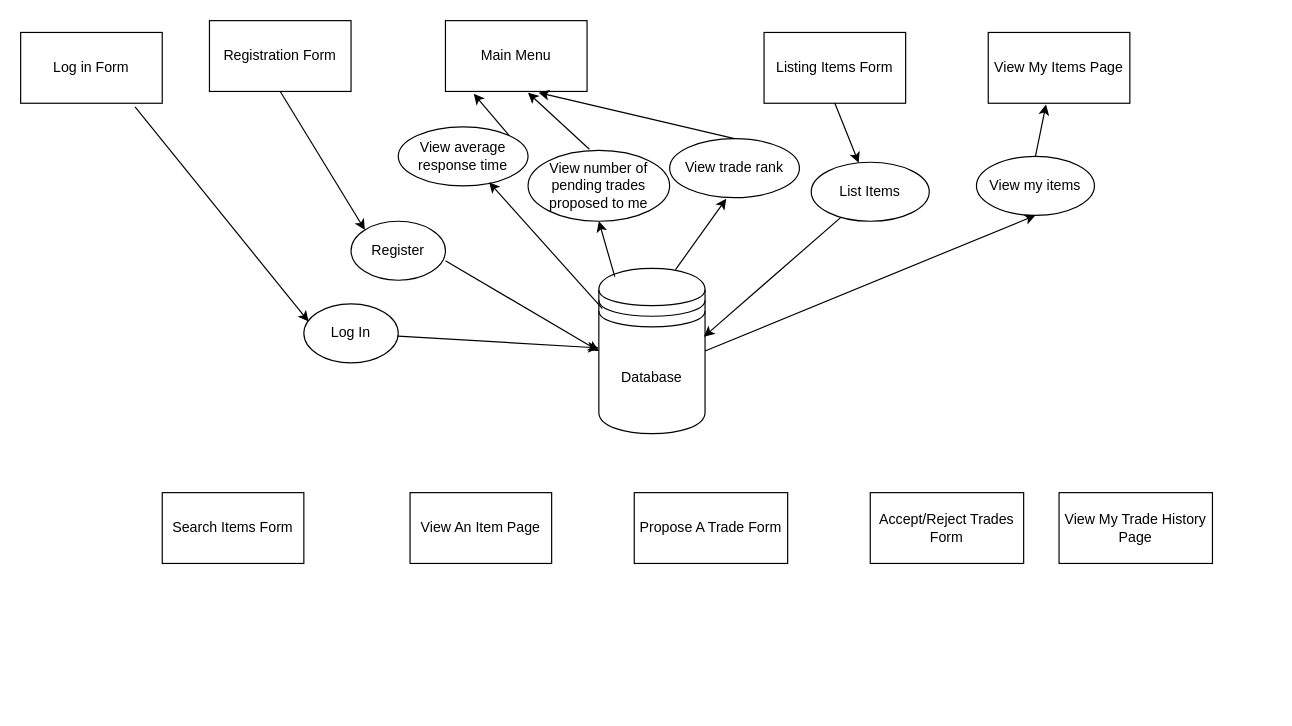
joshliuzh/cs6400 keeps this draw.io diagram as Untitled Diagram.drawio. Above is the earlier version. Source tidied: cells renumbered, new cells numbered last; positions are measured from the earlier drawing's top-left corner, leaving out a move shared by most shapes. Both pictures are drawn from the tidied source at 118%, with x=0, y=0 at pixel (20, 20).
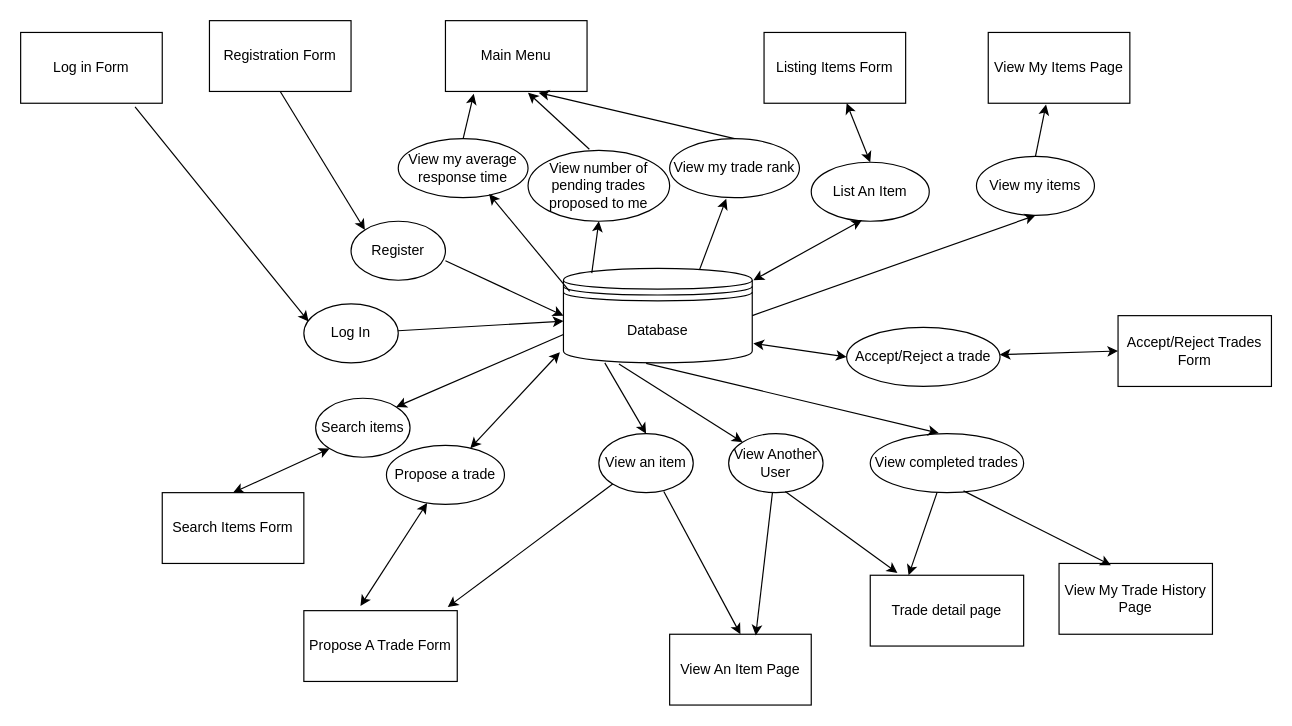
The same diagram, later.

Unchanged cells that the change refers to:
```xml
<mxCell id="5" value="Main Menu" style="rounded=0;whiteSpace=wrap;html=1;" parent="1" vertex="1">
  <mxGeometry x="360" width="120" height="60" as="geometry" />
</mxCell>
<mxCell id="6" value="Listing Items Form" style="rounded=0;whiteSpace=wrap;html=1;" parent="1" vertex="1">
  <mxGeometry x="630" y="10" width="120" height="60" as="geometry" />
</mxCell>
<mxCell id="8" value="Search Items Form" style="rounded=0;whiteSpace=wrap;html=1;" parent="1" vertex="1">
  <mxGeometry x="120" y="400" width="120" height="60" as="geometry" />
</mxCell>
```

Change to the diagram source:
```diff
@@
     <mxCell id="2" value="Database" style="shape=datastore;whiteSpace=wrap;html=1;" parent="1" vertex="1">
-      <mxGeometry x="490" y="210" width="90" height="140" as="geometry" />
+      <mxGeometry x="460" y="210" width="160" height="80" as="geometry" />
     </mxCell>
@@
     <mxCell id="9" value="View An Item Page" style="rounded=0;whiteSpace=wrap;html=1;" parent="1" vertex="1">
-      <mxGeometry x="330" y="400" width="120" height="60" as="geometry" />
+      <mxGeometry x="550" y="520" width="120" height="60" as="geometry" />
     </mxCell>
     <mxCell id="10" value="Propose A Trade Form" style="rounded=0;whiteSpace=wrap;html=1;" parent="1" vertex="1">
-      <mxGeometry x="520" y="400" width="130" height="60" as="geometry" />
+      <mxGeometry x="240" y="500" width="130" height="60" as="geometry" />
     </mxCell>
     <mxCell id="11" value="Accept/Reject Trades Form" style="rounded=0;whiteSpace=wrap;html=1;" parent="1" vertex="1">
-      <mxGeometry x="720" y="400" width="130" height="60" as="geometry" />
+      <mxGeometry x="930" y="250" width="130" height="60" as="geometry" />
     </mxCell>
     <mxCell id="12" value="View My Trade History Page" style="rounded=0;whiteSpace=wrap;html=1;" parent="1" vertex="1">
-      <mxGeometry x="880" y="400" width="130" height="60" as="geometry" />
+      <mxGeometry x="880" y="460" width="130" height="60" as="geometry" />
     </mxCell>
-    <mxCell id="13" value="List Items" style="ellipse;whiteSpace=wrap;html=1;" parent="1" vertex="1">
+    <mxCell id="13" value="List An Item" style="ellipse;whiteSpace=wrap;html=1;" parent="1" vertex="1">
       <mxGeometry x="670" y="120" width="100" height="50" as="geometry" />
     </mxCell>
@@
-    <mxCell id="16" value="View average response time" style="ellipse;whiteSpace=wrap;html=1;" parent="1" vertex="1">
-      <mxGeometry x="320" y="90" width="110" height="50" as="geometry" />
+    <mxCell id="16" value="View my average response time" style="ellipse;whiteSpace=wrap;html=1;" parent="1" vertex="1">
+      <mxGeometry x="320" y="100" width="110" height="50" as="geometry" />
     </mxCell>
@@
-    <mxCell id="18" value="View trade rank" style="ellipse;whiteSpace=wrap;html=1;" parent="1" vertex="1">
+    <mxCell id="18" value="View my trade rank" style="ellipse;whiteSpace=wrap;html=1;" parent="1" vertex="1">
       <mxGeometry x="550" y="100" width="110" height="50" as="geometry" />
     </mxCell>
@@
-    <mxCell id="28" style="endArrow=classic;html=1;rounded=0;exitX=1;exitY=0;exitDx=0;exitDy=0;entryX=0.2;entryY=1.033;entryDx=0;entryDy=0;entryPerimeter=0;" parent="1" edge="1" source="16" target="5">
+    <mxCell id="28" style="endArrow=classic;html=1;rounded=0;exitX=0.5;exitY=0;exitDx=0;exitDy=0;entryX=0.2;entryY=1.033;entryDx=0;entryDy=0;entryPerimeter=0;" parent="1" edge="1" source="16" target="5">
       <mxGeometry relative="1" as="geometry" />
     </mxCell>
-    <mxCell id="29" style="endArrow=classic;html=1;rounded=0;exitX=0.5;exitY=1;exitDx=0;exitDy=0;" parent="1" edge="1" source="6" target="13">
-      <mxGeometry relative="1" as="geometry" />
-    </mxCell>
-    <mxCell id="30" style="endArrow=classic;html=1;rounded=0;entryX=0.989;entryY=0.414;entryDx=0;entryDy=0;entryPerimeter=0;" parent="1" edge="1" source="13" target="2">
-      <mxGeometry relative="1" as="geometry" />
-    </mxCell>
@@
+    <mxCell id="34" value="Search items" style="ellipse;whiteSpace=wrap;html=1;" parent="1" vertex="1">
+      <mxGeometry x="250" y="320" width="80" height="50" as="geometry" />
+    </mxCell>
+    <mxCell id="35" style="endArrow=classic;startArrow=classic;html=1;rounded=0;entryX=0;entryY=1;entryDx=0;entryDy=0;exitX=0.5;exitY=0;exitDx=0;exitDy=0;" parent="1" edge="1" source="8" target="34">
+      <mxGeometry relative="1" as="geometry" />
+    </mxCell>
+    <mxCell id="36" style="endArrow=classic;html=1;rounded=0;entryX=1;entryY=0;entryDx=0;entryDy=0;exitX=0;exitY=0.7;exitDx=0;exitDy=0;" parent="1" edge="1" source="2" target="34">
+      <mxGeometry relative="1" as="geometry" />
+    </mxCell>
+    <mxCell id="37" style="endArrow=classic;startArrow=classic;html=1;rounded=0;exitX=0.5;exitY=0;exitDx=0;exitDy=0;" parent="1" edge="1" source="13">
+      <mxGeometry relative="1" as="geometry">
+        <mxPoint x="700" y="70" as="targetPoint" />
+      </mxGeometry>
+    </mxCell>
+    <mxCell id="38" style="endArrow=classic;startArrow=classic;html=1;rounded=0;exitX=1.006;exitY=0.125;exitDx=0;exitDy=0;entryX=0.43;entryY=0.98;entryDx=0;entryDy=0;entryPerimeter=0;exitPerimeter=0;" parent="1" edge="1" source="2" target="13">
+      <mxGeometry relative="1" as="geometry" />
+    </mxCell>
+    <mxCell id="39" value="View an item" style="ellipse;whiteSpace=wrap;html=1;" parent="1" vertex="1">
+      <mxGeometry x="490" y="350" width="80" height="50" as="geometry" />
+    </mxCell>
+    <mxCell id="40" style="endArrow=classic;html=1;rounded=0;entryX=0.5;entryY=0;entryDx=0;entryDy=0;exitX=0.219;exitY=1;exitDx=0;exitDy=0;exitPerimeter=0;" parent="1" edge="1" source="2" target="39">
+      <mxGeometry relative="1" as="geometry" />
+    </mxCell>
+    <mxCell id="41" style="endArrow=classic;html=1;rounded=0;entryX=0.5;entryY=0;entryDx=0;entryDy=0;exitX=0.688;exitY=0.98;exitDx=0;exitDy=0;exitPerimeter=0;" parent="1" edge="1" source="39" target="9">
+      <mxGeometry relative="1" as="geometry" />
+    </mxCell>
+    <mxCell id="42" style="endArrow=classic;startArrow=classic;html=1;rounded=0;entryX=-0.019;entryY=0.888;entryDx=0;entryDy=0;entryPerimeter=0;" parent="1" edge="1" source="43" target="2">
+      <mxGeometry relative="1" as="geometry" />
+    </mxCell>
+    <mxCell id="43" value="Propose a trade" style="ellipse;whiteSpace=wrap;html=1;" parent="1" vertex="1">
+      <mxGeometry x="310" y="360" width="100" height="50" as="geometry" />
+    </mxCell>
+    <mxCell id="44" style="endArrow=classic;startArrow=classic;html=1;rounded=0;entryX=0.369;entryY=-0.067;entryDx=0;entryDy=0;entryPerimeter=0;" parent="1" edge="1" source="43" target="10">
+      <mxGeometry relative="1" as="geometry" />
+    </mxCell>
+    <mxCell id="45" value="Accept/Reject a trade" style="ellipse;whiteSpace=wrap;html=1;" parent="1" vertex="1">
+      <mxGeometry x="700" y="260" width="130" height="50" as="geometry" />
+    </mxCell>
+    <mxCell id="46" style="endArrow=classic;startArrow=classic;html=1;rounded=0;exitX=0;exitY=0.5;exitDx=0;exitDy=0;" parent="1" edge="1" source="11" target="45">
+      <mxGeometry relative="1" as="geometry" />
+    </mxCell>
+    <mxCell id="47" value="View completed trades" style="ellipse;whiteSpace=wrap;html=1;" parent="1" vertex="1">
+      <mxGeometry x="720" y="350" width="130" height="50" as="geometry" />
+    </mxCell>
+    <mxCell id="48" style="endArrow=classic;startArrow=classic;html=1;rounded=0;entryX=1.006;entryY=0.794;entryDx=0;entryDy=0;exitX=0;exitY=0.5;exitDx=0;exitDy=0;entryPerimeter=0;" parent="1" edge="1" source="45" target="2">
+      <mxGeometry relative="1" as="geometry" />
+    </mxCell>
+    <mxCell id="49" value="Trade detail page" style="rounded=0;whiteSpace=wrap;html=1;" parent="1" vertex="1">
+      <mxGeometry x="720" y="470" width="130" height="60" as="geometry" />
+    </mxCell>
+    <mxCell id="50" style="endArrow=classic;html=1;rounded=0;exitX=0.438;exitY=1.006;exitDx=0;exitDy=0;entryX=0.446;entryY=-0.01;entryDx=0;entryDy=0;entryPerimeter=0;exitPerimeter=0;" parent="1" edge="1" source="2" target="47">
+      <mxGeometry relative="1" as="geometry" />
+    </mxCell>
+    <mxCell id="51" style="endArrow=classic;html=1;rounded=0;exitX=0.608;exitY=0.97;exitDx=0;exitDy=0;entryX=0.338;entryY=0.025;entryDx=0;entryDy=0;exitPerimeter=0;entryPerimeter=0;" parent="1" edge="1" source="47" target="12">
+      <mxGeometry relative="1" as="geometry" />
+    </mxCell>
+    <mxCell id="52" style="endArrow=classic;html=1;rounded=0;entryX=0.25;entryY=0;entryDx=0;entryDy=0;" parent="1" edge="1" source="47" target="49">
+      <mxGeometry relative="1" as="geometry" />
+    </mxCell>
+    <mxCell id="53" value="View Another User" style="ellipse;whiteSpace=wrap;html=1;" parent="1" vertex="1">
+      <mxGeometry x="600" y="350" width="80" height="50" as="geometry" />
+    </mxCell>
+    <mxCell id="54" style="endArrow=classic;html=1;rounded=0;exitX=0.294;exitY=1.013;exitDx=0;exitDy=0;exitPerimeter=0;" parent="1" edge="1" source="2" target="53">
+      <mxGeometry relative="1" as="geometry" />
+    </mxCell>
+    <mxCell id="55" style="endArrow=classic;html=1;rounded=0;entryX=0.608;entryY=0.017;entryDx=0;entryDy=0;entryPerimeter=0;" parent="1" edge="1" source="53" target="9">
+      <mxGeometry relative="1" as="geometry" />
+    </mxCell>
+    <mxCell id="56" style="endArrow=classic;html=1;rounded=0;entryX=0.177;entryY=-0.033;entryDx=0;entryDy=0;entryPerimeter=0;exitX=0.6;exitY=0.98;exitDx=0;exitDy=0;exitPerimeter=0;" parent="1" edge="1" source="53" target="49">
+      <mxGeometry relative="1" as="geometry" />
+    </mxCell>
+    <mxCell id="57" style="endArrow=classic;html=1;rounded=0;entryX=0.938;entryY=-0.05;entryDx=0;entryDy=0;exitX=0;exitY=1;exitDx=0;exitDy=0;entryPerimeter=0;" parent="1" edge="1" source="39" target="10">
+      <mxGeometry relative="1" as="geometry" />
+    </mxCell>
```
